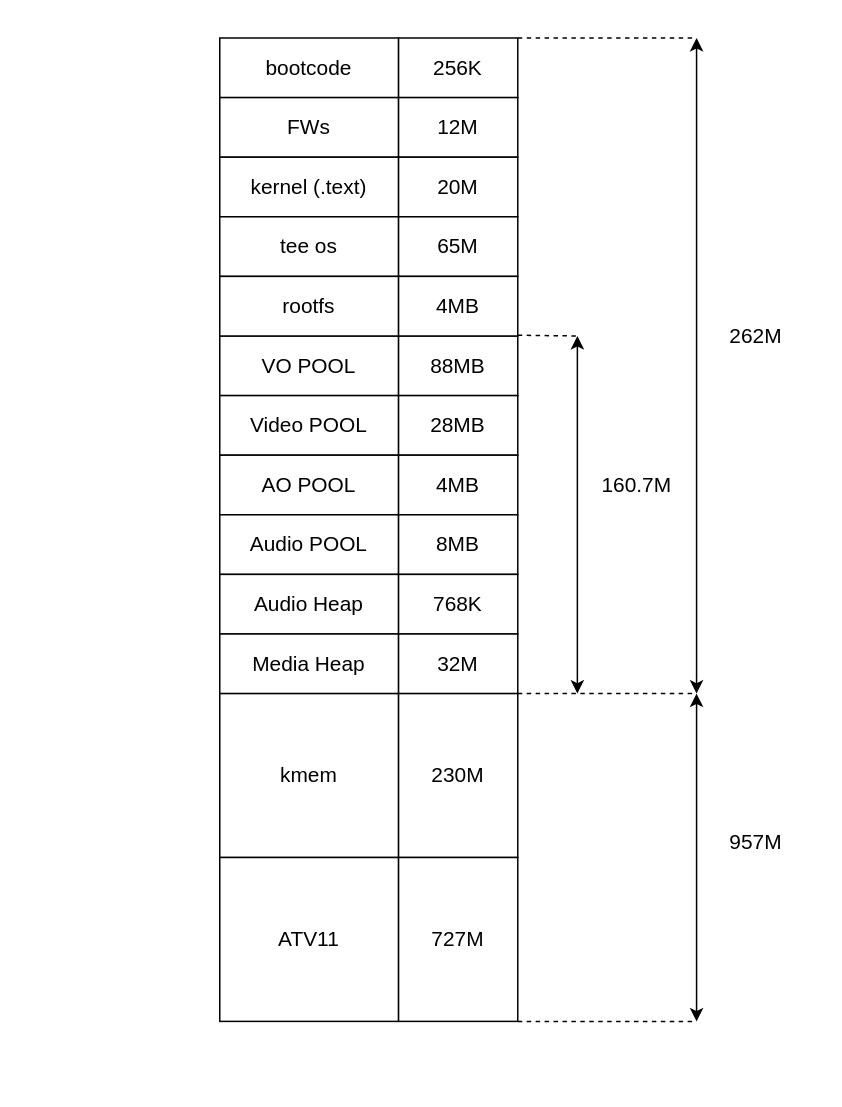
This is 131x_memory_layout.drawio from qmlsxxxx/draw.io, a draw.io file, before an edit. Source tidied: cells renumbered, new cells numbered last; positions are measured from the earlier drawing's top-left corner, leaving out a move shared by most shapes. Both pictures are drawn from the tidied source at 149%, with x=0, y=0 at pixel (219, 37).
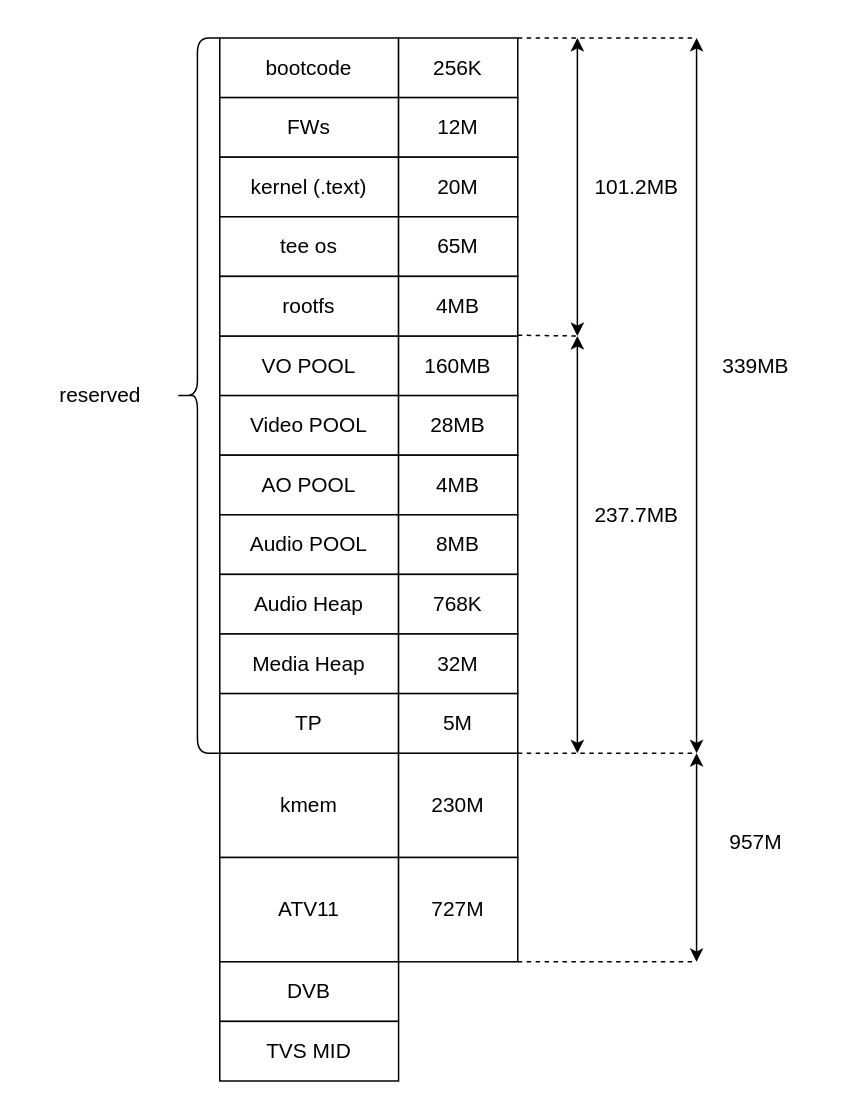
Above is the later version.

What changed in the source:
```diff
@@
-    <mxCell id="16" value="88MB" style="rounded=0;whiteSpace=wrap;html=1;fontSize=14;" parent="1" vertex="1">
+    <mxCell id="16" value="160MB" style="rounded=0;whiteSpace=wrap;html=1;fontSize=14;" parent="1" vertex="1">
       <mxGeometry x="120" y="200" width="80" height="40" as="geometry" />
     </mxCell>
@@
     <mxCell id="24" style="endArrow=classic;startArrow=classic;html=1;fontSize=14;" parent="1" edge="1">
       <mxGeometry relative="1" as="geometry">
-        <mxPoint x="240" y="440" as="sourcePoint" />
+        <mxPoint x="240" y="480" as="sourcePoint" />
         <mxPoint x="240" y="200" as="targetPoint" />
       </mxGeometry>
     </mxCell>
-    <mxCell id="25" value="160.7M" style="text;html=1;strokeColor=none;fillColor=none;align=center;verticalAlign=middle;whiteSpace=wrap;rounded=0;fontSize=14;" parent="1" vertex="1">
-      <mxGeometry x="240" y="280" width="80" height="40" as="geometry" />
+    <mxCell id="25" value="237.7MB" style="text;html=1;strokeColor=none;fillColor=none;align=center;verticalAlign=middle;whiteSpace=wrap;rounded=0;fontSize=14;" parent="1" vertex="1">
+      <mxGeometry x="240" y="300" width="80" height="40" as="geometry" />
     </mxCell>
     <mxCell id="26" style="endArrow=classic;startArrow=classic;html=1;fontSize=14;" parent="1" edge="1">
       <mxGeometry relative="1" as="geometry">
-        <mxPoint x="320" y="440" as="sourcePoint" />
+        <mxPoint x="320" y="480" as="sourcePoint" />
         <mxPoint x="320" as="targetPoint" />
       </mxGeometry>
     </mxCell>
-    <mxCell id="27" value="262M" style="text;html=1;strokeColor=none;fillColor=none;align=center;verticalAlign=middle;whiteSpace=wrap;rounded=0;fontSize=14;" parent="1" vertex="1">
-      <mxGeometry x="320" y="180" width="80" height="40" as="geometry" />
+    <mxCell id="27" value="339MB" style="text;html=1;strokeColor=none;fillColor=none;align=center;verticalAlign=middle;whiteSpace=wrap;rounded=0;fontSize=14;" parent="1" vertex="1">
+      <mxGeometry x="320" y="200" width="80" height="40" as="geometry" />
     </mxCell>
     <mxCell id="28" value="kmem" style="rounded=0;whiteSpace=wrap;html=1;fontSize=14;" parent="1" vertex="1">
-      <mxGeometry y="440" width="120" height="110" as="geometry" />
+      <mxGeometry y="480" width="120" height="70" as="geometry" />
     </mxCell>
     <mxCell id="29" value="ATV11" style="rounded=0;whiteSpace=wrap;html=1;fontSize=14;" parent="1" vertex="1">
-      <mxGeometry y="550" width="120" height="110" as="geometry" />
+      <mxGeometry y="550" width="120" height="70" as="geometry" />
     </mxCell>
     <mxCell id="30" value="230M" style="rounded=0;whiteSpace=wrap;html=1;fontSize=14;" parent="1" vertex="1">
-      <mxGeometry x="120" y="440" width="80" height="110" as="geometry" />
+      <mxGeometry x="120" y="480" width="80" height="70" as="geometry" />
     </mxCell>
     <mxCell id="31" value="727M" style="rounded=0;whiteSpace=wrap;html=1;fontSize=14;" parent="1" vertex="1">
-      <mxGeometry x="120" y="550" width="80" height="110" as="geometry" />
+      <mxGeometry x="120" y="550" width="80" height="70" as="geometry" />
     </mxCell>
     <mxCell id="32" style="endArrow=classic;startArrow=classic;html=1;fontSize=14;" parent="1" edge="1">
       <mxGeometry relative="1" as="geometry">
-        <mxPoint x="320" y="660" as="sourcePoint" />
-        <mxPoint x="320" y="440" as="targetPoint" />
+        <mxPoint x="320" y="620" as="sourcePoint" />
+        <mxPoint x="320" y="480" as="targetPoint" />
       </mxGeometry>
     </mxCell>
@@
     <mxCell id="35" style="endArrow=none;dashed=1;html=1;fontSize=14;exitX=1;exitY=0;exitDx=0;exitDy=0;" parent="1" edge="1" source="30">
       <mxGeometry relative="1" as="geometry">
-        <mxPoint x="320" y="440" as="targetPoint" />
+        <mxPoint x="320" y="480" as="targetPoint" />
       </mxGeometry>
     </mxCell>
     <mxCell id="36" style="endArrow=none;dashed=1;html=1;fontSize=14;exitX=1;exitY=0;exitDx=0;exitDy=0;" parent="1" edge="1">
       <mxGeometry relative="1" as="geometry">
-        <mxPoint x="200" y="660" as="sourcePoint" />
-        <mxPoint x="320" y="660" as="targetPoint" />
+        <mxPoint x="200" y="620" as="sourcePoint" />
+        <mxPoint x="320" y="620" as="targetPoint" />
       </mxGeometry>
     </mxCell>
@@
+    <mxCell id="38" style="endArrow=classic;startArrow=classic;html=1;fontSize=14;" parent="1" edge="1">
+      <mxGeometry relative="1" as="geometry">
+        <mxPoint x="240" y="200" as="sourcePoint" />
+        <mxPoint x="240" as="targetPoint" />
+      </mxGeometry>
+    </mxCell>
+    <mxCell id="39" value="101.2MB" style="text;html=1;strokeColor=none;fillColor=none;align=center;verticalAlign=middle;whiteSpace=wrap;rounded=0;fontSize=14;" parent="1" vertex="1">
+      <mxGeometry x="240" y="80" width="80" height="40" as="geometry" />
+    </mxCell>
+    <mxCell id="40" value="TP" style="rounded=0;whiteSpace=wrap;html=1;fontSize=14;" parent="1" vertex="1">
+      <mxGeometry y="440" width="120" height="40" as="geometry" />
+    </mxCell>
+    <mxCell id="41" value="5M" style="rounded=0;whiteSpace=wrap;html=1;fontSize=14;" parent="1" vertex="1">
+      <mxGeometry x="120" y="440" width="80" height="40" as="geometry" />
+    </mxCell>
+    <mxCell id="42" style="shape=curlyBracket;whiteSpace=wrap;html=1;rounded=1;" parent="1" vertex="1">
+      <mxGeometry x="-30" width="30" height="480" as="geometry" />
+    </mxCell>
+    <mxCell id="43" value="reserved" style="text;html=1;strokeColor=none;fillColor=none;align=center;verticalAlign=middle;whiteSpace=wrap;rounded=0;fontSize=14;" parent="1" vertex="1">
+      <mxGeometry x="-130" y="220" width="100" height="40" as="geometry" />
+    </mxCell>
+    <mxCell id="44" value="DVB" style="rounded=0;whiteSpace=wrap;html=1;fontSize=14;" parent="1" vertex="1">
+      <mxGeometry y="620" width="120" height="40" as="geometry" />
+    </mxCell>
+    <mxCell id="45" value="TVS MID" style="rounded=0;whiteSpace=wrap;html=1;fontSize=14;" parent="1" vertex="1">
+      <mxGeometry y="660" width="120" height="40" as="geometry" />
+    </mxCell>
```
